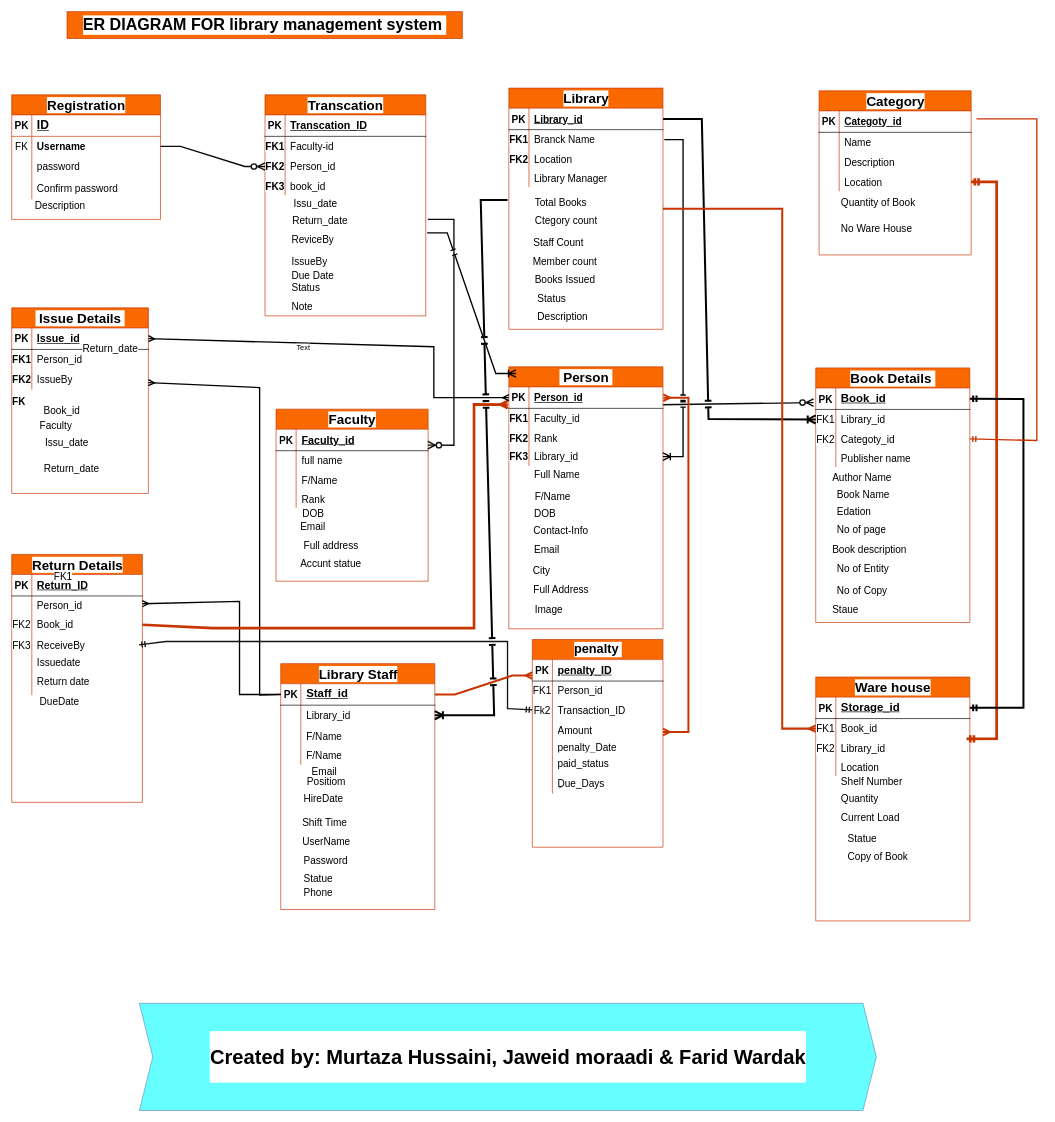
hussaini021/Library_management keeps this draw.io diagram as ER-Diagram-Library-management-System.drawio. Above is the earlier version. Source tidied: cells renumbered, new cells numbered last; positions are measured from the earlier drawing's top-left corner, leaving out a move shared by most shapes. Both pictures are drawn from the tidied source at 67%, with x=0, y=0 at pixel (11, 11).
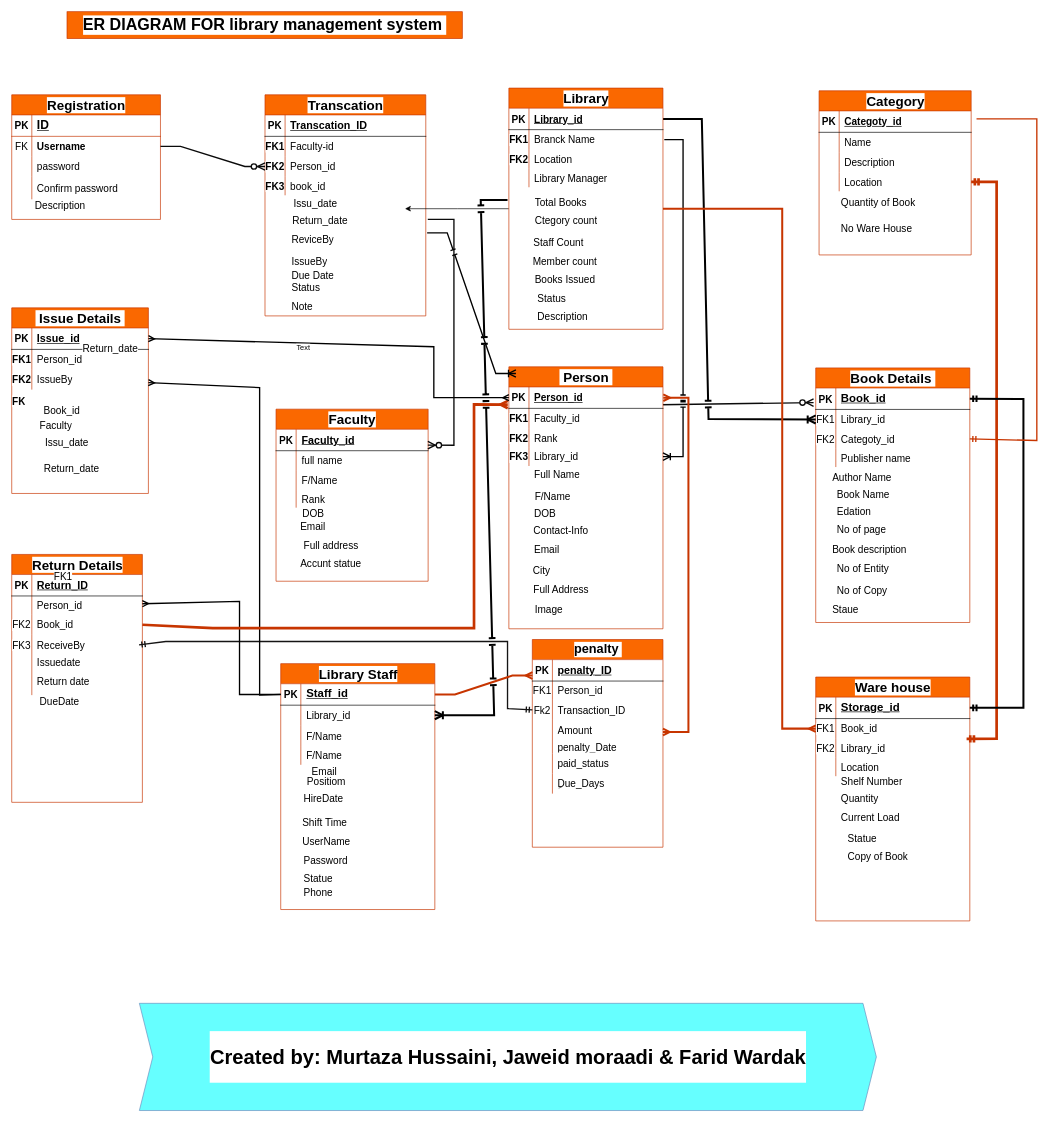
After the change.

The change refers to these unchanged cells:
```xml
<mxCell id="224" value="&lt;font style=&quot;font-size: 20px;&quot;&gt;Library&lt;/font&gt;" style="shape=table;startSize=30;childLayout=tableLayout;rowLines=0;fontStyle=1;align=center;html=1;labelBackgroundColor=#FFFFFF;swimlaneFillColor=default;fontSize=15;fillColor=#fa6800;fontColor=#000000;strokeColor=#C73500;" parent="1" vertex="1">
  <mxGeometry x="742" y="114" width="230" height="360" as="geometry" />
</mxCell>
```

The edit, as a diff of the source:
```diff
@@
+    <mxCell id="256" style="edgeStyle=orthogonalEdgeStyle;rounded=0;jettySize=auto;html=1;" parent="1" edge="1" source="224">
+      <mxGeometry relative="1" as="geometry">
+        <mxPoint x="587" y="294" as="targetPoint" />
+      </mxGeometry>
+    </mxCell>
```
